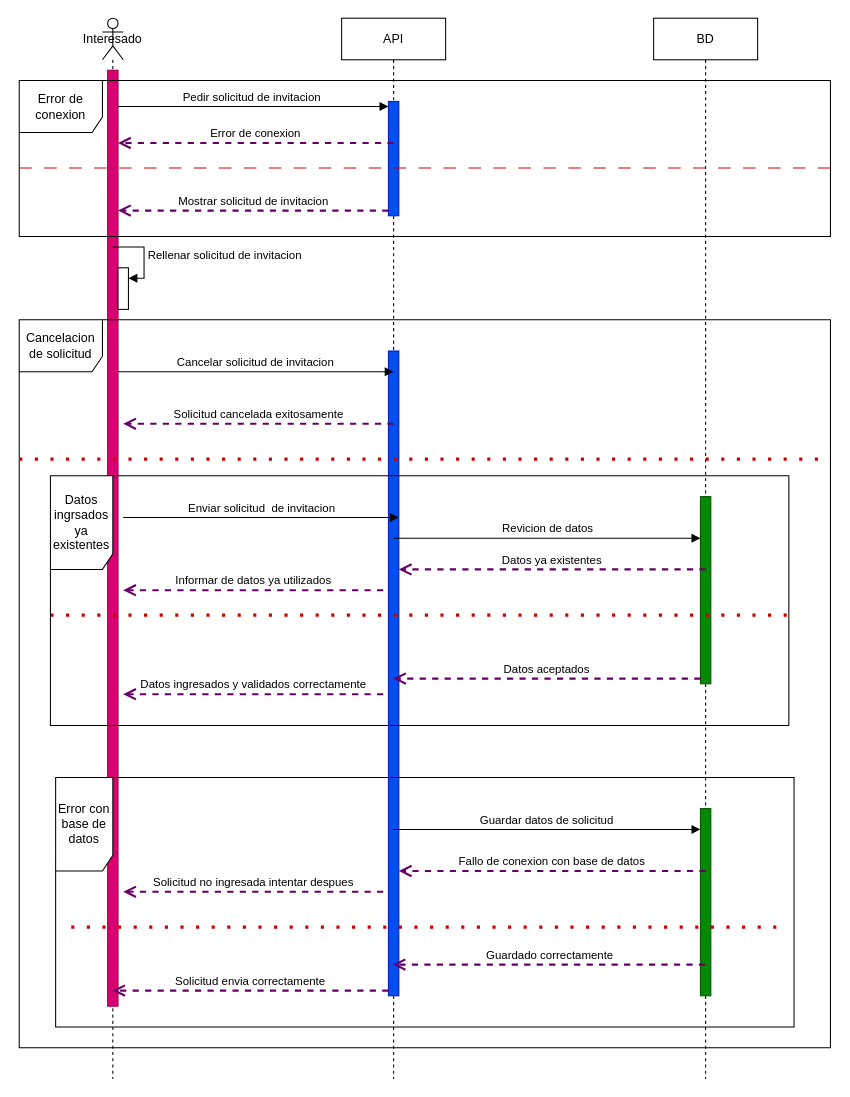
The draw.io diagram Misael/Clase_2 Proyecto/Unidad 2/Diagrama de secuencia/Diagrama de secuencia MISAEL2.drawio in misaeluno/Proyecto-de-Software, before the edit. Source tidied: cells renumbered, new cells numbered last; positions are measured from the earlier drawing's top-left corner, leaving out a move shared by most shapes. Both pictures are drawn from the tidied source at 104%, with x=0, y=0 at pixel (19, 18).
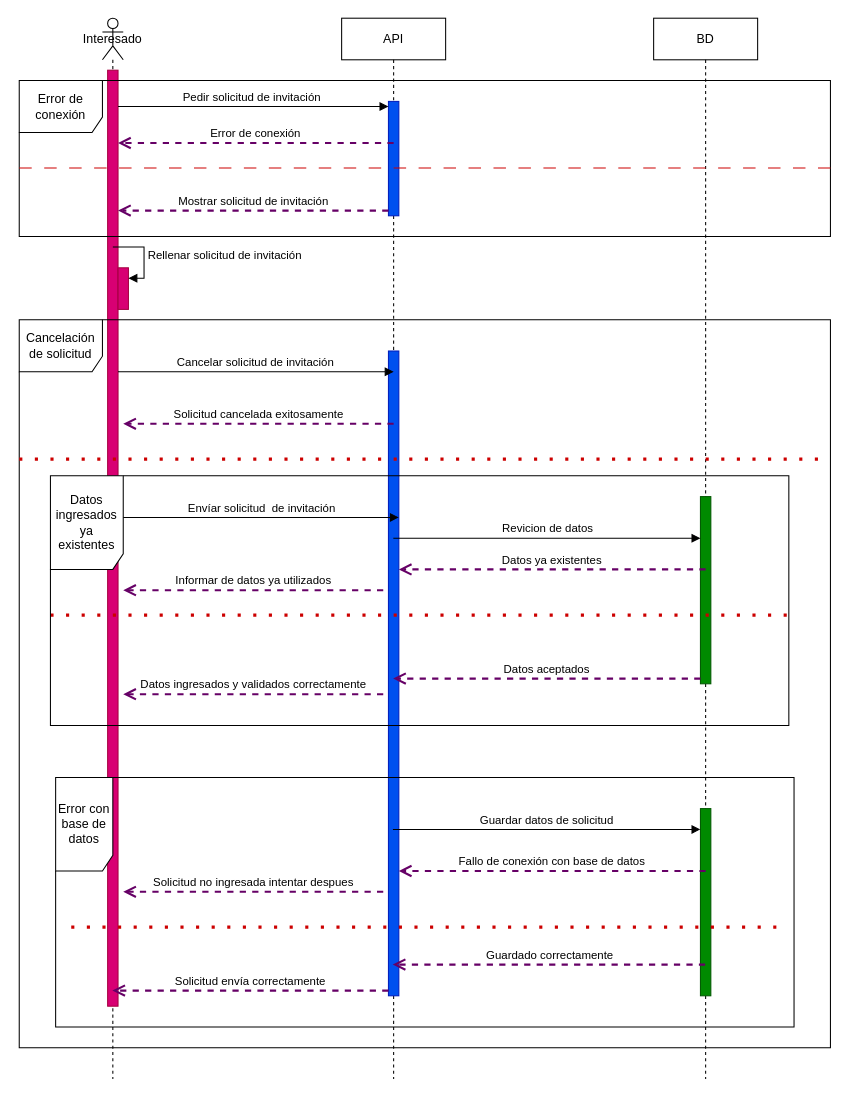
The same page after the edit.

The change refers to these unchanged cells:
```xml
<mxCell id="2" value="Interesado" style="shape=umlLifeline;perimeter=lifelinePerimeter;whiteSpace=wrap;html=1;outlineConnect=0;portConstraint=eastwest;newEdgeStyle={&quot;curved&quot;:0,&quot;rounded&quot;:0};participant=umlActor;" parent="1" vertex="1">
  <mxGeometry x="80" width="20" height="1020" as="geometry" />
</mxCell>
<mxCell id="3" style="html=1;points=[[0,0,0,0,5],[0,1,0,0,-5],[1,0,0,0,5],[1,1,0,0,-5]];perimeter=orthogonalPerimeter;outlineConnect=0;targetShapes=umlLifeline;portConstraint=eastwest;newEdgeStyle={&quot;curved&quot;:0,&quot;rounded&quot;:0};fillColor=#d80073;fontColor=#ffffff;strokeColor=#A50040;" parent="2" vertex="1">
  <mxGeometry x="5" y="50" width="10" height="900" as="geometry" />
</mxCell>
<mxCell id="7" style="html=1;points=[[0,0,0,0,5],[0,1,0,0,-5],[1,0,0,0,5],[1,1,0,0,-5]];perimeter=orthogonalPerimeter;outlineConnect=0;targetShapes=umlLifeline;portConstraint=eastwest;newEdgeStyle={&quot;curved&quot;:0,&quot;rounded&quot;:0};fillColor=#0050ef;fontColor=#ffffff;strokeColor=#001DBC;" parent="6" vertex="1">
  <mxGeometry x="45" y="80" width="10" height="110" as="geometry" />
</mxCell>
<mxCell id="8" style="html=1;points=[[0,0,0,0,5],[0,1,0,0,-5],[1,0,0,0,5],[1,1,0,0,-5]];perimeter=orthogonalPerimeter;outlineConnect=0;targetShapes=umlLifeline;portConstraint=eastwest;newEdgeStyle={&quot;curved&quot;:0,&quot;rounded&quot;:0};fillColor=#0050ef;fontColor=#ffffff;strokeColor=#001DBC;" parent="6" vertex="1">
  <mxGeometry x="45" y="320" width="10" height="620" as="geometry" />
</mxCell>
```

What changed in the source:
```diff
@@
-    <mxCell id="4" style="html=1;points=[[0,0,0,0,5],[0,1,0,0,-5],[1,0,0,0,5],[1,1,0,0,-5]];perimeter=orthogonalPerimeter;outlineConnect=0;targetShapes=umlLifeline;portConstraint=eastwest;newEdgeStyle={&quot;curved&quot;:0,&quot;rounded&quot;:0};" parent="2" vertex="1">
+    <mxCell id="4" style="html=1;points=[[0,0,0,0,5],[0,1,0,0,-5],[1,0,0,0,5],[1,1,0,0,-5]];perimeter=orthogonalPerimeter;outlineConnect=0;targetShapes=umlLifeline;portConstraint=eastwest;newEdgeStyle={&quot;curved&quot;:0,&quot;rounded&quot;:0};fillColor=#d80073;fontColor=#ffffff;strokeColor=#A50040;" parent="2" vertex="1">
       <mxGeometry x="15" y="240" width="10" height="40" as="geometry" />
     </mxCell>
-    <mxCell id="5" value="Rellenar solicitud de invitacion" style="html=1;align=left;spacingLeft=2;endArrow=block;rounded=0;edgeStyle=orthogonalEdgeStyle;curved=0;rounded=0;" parent="2" edge="1" target="4">
+    <mxCell id="5" value="Rellenar solicitud de invitación" style="html=1;align=left;spacingLeft=2;endArrow=block;rounded=0;edgeStyle=orthogonalEdgeStyle;curved=0;rounded=0;" parent="2" edge="1" target="4">
       <mxGeometry relative="1" as="geometry">
         <mxPoint x="10" y="220" as="sourcePoint" />
         <Array as="points">
           <mxPoint x="40" y="250" />
         </Array>
       </mxGeometry>
     </mxCell>
@@
-    <mxCell id="9" value="Pedir solicitud de invitacion&amp;nbsp;" style="html=1;verticalAlign=bottom;endArrow=block;curved=0;rounded=0;entryX=0;entryY=0;entryDx=0;entryDy=5;" parent="1" edge="1" source="3" target="7">
+    <mxCell id="9" value="Pedir solicitud de invitación&amp;nbsp;" style="html=1;verticalAlign=bottom;endArrow=block;curved=0;rounded=0;entryX=0;entryY=0;entryDx=0;entryDy=5;" parent="1" edge="1" source="3" target="7">
       <mxGeometry relative="1" as="geometry" />
     </mxCell>
-    <mxCell id="10" value="Mostrar solicitud de invitacion" style="html=1;verticalAlign=bottom;endArrow=open;dashed=1;endSize=8;curved=0;rounded=0;exitX=0;exitY=1;exitDx=0;exitDy=-5;strokeWidth=2;strokeColor=#660066;" parent="1" edge="1" source="7" target="3">
+    <mxCell id="10" value="Mostrar solicitud de invitación" style="html=1;verticalAlign=bottom;endArrow=open;dashed=1;endSize=8;curved=0;rounded=0;exitX=0;exitY=1;exitDx=0;exitDy=-5;strokeWidth=2;strokeColor=#660066;" parent="1" edge="1" source="7" target="3">
       <mxGeometry relative="1" as="geometry" />
     </mxCell>
-    <mxCell id="11" value="Solicitud envia correctamente" style="html=1;verticalAlign=bottom;endArrow=open;dashed=1;endSize=8;curved=0;rounded=0;exitX=0;exitY=1;exitDx=0;exitDy=-5;strokeColor=#660066;strokeWidth=2;" parent="1" edge="1" source="8" target="2">
+    <mxCell id="11" value="Solicitud envía correctamente" style="html=1;verticalAlign=bottom;endArrow=open;dashed=1;endSize=8;curved=0;rounded=0;exitX=0;exitY=1;exitDx=0;exitDy=-5;strokeColor=#660066;strokeWidth=2;" parent="1" edge="1" source="8" target="2">
       <mxGeometry relative="1" as="geometry" />
     </mxCell>
@@
-    <mxCell id="19" value="Error de conexion" style="shape=umlFrame;whiteSpace=wrap;html=1;width=80;height=50;" parent="1" vertex="1">
+    <mxCell id="19" value="Error de conexión" style="shape=umlFrame;whiteSpace=wrap;html=1;width=80;height=50;" parent="1" vertex="1">
       <mxGeometry y="60" width="780" height="150" as="geometry" />
     </mxCell>
-    <mxCell id="20" value="Error de conexion" style="html=1;verticalAlign=bottom;endArrow=open;dashed=1;endSize=8;curved=0;rounded=0;strokeWidth=2;strokeColor=#660066;" parent="1" edge="1" target="3">
+    <mxCell id="20" value="Error de conexión" style="html=1;verticalAlign=bottom;endArrow=open;dashed=1;endSize=8;curved=0;rounded=0;strokeWidth=2;strokeColor=#660066;" parent="1" edge="1" target="3">
       <mxGeometry relative="1" as="geometry">
         <mxPoint x="360" y="120" as="sourcePoint" />
       </mxGeometry>
     </mxCell>
@@
-    <mxCell id="22" value="Cancelacion de solicitud" style="shape=umlFrame;whiteSpace=wrap;html=1;width=80;height=50;" parent="1" vertex="1">
+    <mxCell id="22" value="Cancelación de solicitud" style="shape=umlFrame;whiteSpace=wrap;html=1;width=80;height=50;" parent="1" vertex="1">
       <mxGeometry y="290" width="780" height="700" as="geometry" />
     </mxCell>
-    <mxCell id="23" value="Cancelar solicitud de invitacion" style="html=1;verticalAlign=bottom;endArrow=none;curved=0;rounded=0;endFill=0;startArrow=block;startFill=1;" parent="1" edge="1">
+    <mxCell id="23" value="Cancelar solicitud de invitación" style="html=1;verticalAlign=bottom;endArrow=none;curved=0;rounded=0;endFill=0;startArrow=block;startFill=1;" parent="1" edge="1">
       <mxGeometry relative="1" as="geometry">
         <mxPoint x="360" y="340" as="sourcePoint" />
         <mxPoint x="95" y="340" as="targetPoint" />
       </mxGeometry>
     </mxCell>
@@
-    <mxCell id="28" value="Datos ingrsados ya existentes" style="shape=umlFrame;whiteSpace=wrap;html=1;width=60;height=90;" parent="1" vertex="1">
+    <mxCell id="28" value="Datos ingresados ya existentes" style="shape=umlFrame;whiteSpace=wrap;html=1;width=70;height=90;" parent="1" vertex="1">
       <mxGeometry x="30" y="440" width="710" height="240" as="geometry" />
     </mxCell>
@@
-    <mxCell id="30" value="Fallo de conexion con base de datos" style="html=1;verticalAlign=bottom;endArrow=open;dashed=1;endSize=8;curved=0;rounded=0;strokeWidth=2;strokeColor=#660066;" parent="1" edge="1">
+    <mxCell id="30" value="Fallo de conexión con base de datos" style="html=1;verticalAlign=bottom;endArrow=open;dashed=1;endSize=8;curved=0;rounded=0;strokeWidth=2;strokeColor=#660066;" parent="1" edge="1">
       <mxGeometry relative="1" as="geometry">
         <mxPoint x="660" y="820" as="sourcePoint" />
         <mxPoint x="365" y="820" as="targetPoint" />
       </mxGeometry>
     </mxCell>
-    <mxCell id="31" value="Enviar solicitud&amp;nbsp; de invitacion" style="html=1;verticalAlign=bottom;endArrow=block;curved=0;rounded=0;entryX=0;entryY=0;entryDx=0;entryDy=5;" parent="1" edge="1">
+    <mxCell id="31" value="Envíar solicitud&amp;nbsp; de invitación" style="html=1;verticalAlign=bottom;endArrow=block;curved=0;rounded=0;entryX=0;entryY=0;entryDx=0;entryDy=5;" parent="1" edge="1">
       <mxGeometry relative="1" as="geometry">
         <mxPoint x="100" y="480" as="sourcePoint" />
         <mxPoint x="365" y="480" as="targetPoint" />
       </mxGeometry>
     </mxCell>
```
